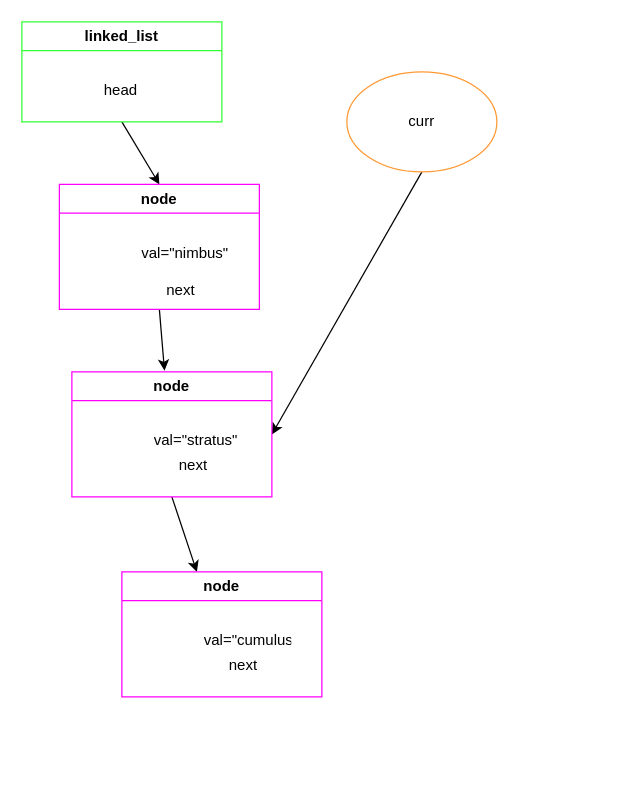
This is data-structures-algorithms/python-p3-dsa-singly-linked-list/ll_diagram.drawio from learn-co-curriculum/se-west-071524-class-sessions, a draw.io file, before an edit. Source tidied: cells renumbered, new cells numbered last; positions are measured from the earlier drawing's top-left corner, leaving out a move shared by most shapes. Both pictures are drawn from the tidied source at 125%, with x=0, y=0 at pixel (21, 21).
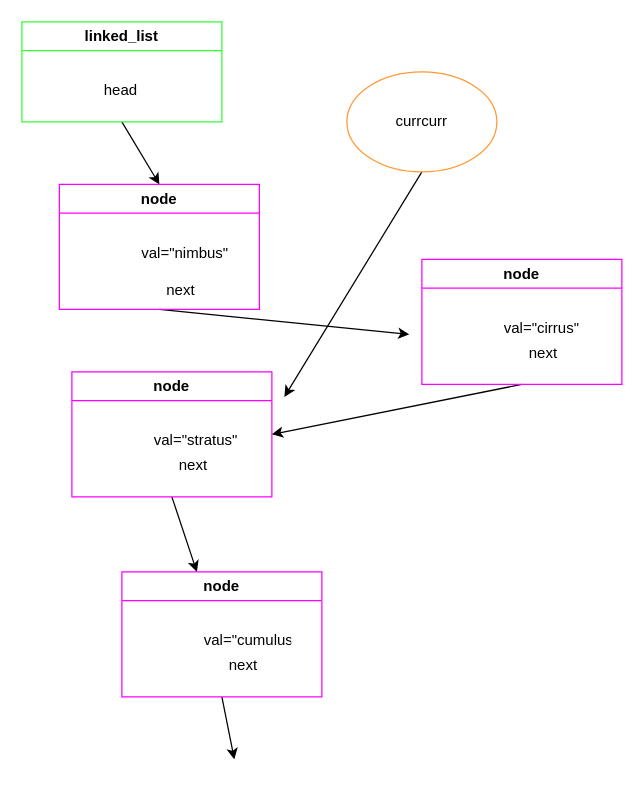
After the change.

The change refers to these unchanged cells:
```xml
<mxCell id="6" value="node" style="swimlane;whiteSpace=wrap;html=1;strokeColor=#FF00FF;" parent="1" vertex="1">
  <mxGeometry x="30" y="130" width="160" height="100" as="geometry" />
</mxCell>
<mxCell id="12" value="node" style="swimlane;whiteSpace=wrap;html=1;strokeColor=#FF00FF;" parent="1" vertex="1">
  <mxGeometry x="40" y="280" width="160" height="100" as="geometry" />
</mxCell>
<mxCell id="15" value="node" style="swimlane;whiteSpace=wrap;html=1;strokeColor=#FF00FF;" parent="1" vertex="1">
  <mxGeometry x="80" y="440" width="160" height="100" as="geometry" />
</mxCell>
```

Change to the diagram source:
```diff
@@
-    <mxCell id="5" style="edgeStyle=none;html=1;exitX=0.5;exitY=1;exitDx=0;exitDy=0;entryX=0.463;entryY=-0.01;entryDx=0;entryDy=0;entryPerimeter=0;" parent="1" edge="1" source="6" target="12">
-      <mxGeometry relative="1" as="geometry" />
+    <mxCell id="5" style="edgeStyle=none;html=1;exitX=0.5;exitY=1;exitDx=0;exitDy=0;" parent="1" edge="1" source="6">
+      <mxGeometry relative="1" as="geometry">
+        <mxPoint x="310" y="250" as="targetPoint" />
+      </mxGeometry>
     </mxCell>
@@
-    <mxCell id="9" style="edgeStyle=none;html=1;exitX=0.5;exitY=1;exitDx=0;exitDy=0;entryX=1;entryY=0.5;entryDx=0;entryDy=0;" parent="1" edge="1" source="10" target="12">
-      <mxGeometry relative="1" as="geometry" />
+    <mxCell id="9" style="edgeStyle=none;html=1;exitX=0.5;exitY=1;exitDx=0;exitDy=0;" parent="1" edge="1" source="10">
+      <mxGeometry relative="1" as="geometry">
+        <mxPoint x="210" y="300" as="targetPoint" />
+      </mxGeometry>
     </mxCell>
-    <mxCell id="10" value="curr" style="ellipse;whiteSpace=wrap;html=1;strokeColor=#FF9933;" parent="1" vertex="1">
+    <mxCell id="10" value="currcurr" style="ellipse;whiteSpace=wrap;html=1;strokeColor=#FF9933;" parent="1" vertex="1">
       <mxGeometry x="260" y="40" width="120" height="80" as="geometry" />
     </mxCell>
@@
+    <mxCell id="18" style="edgeStyle=none;html=1;exitX=0.5;exitY=1;exitDx=0;exitDy=0;" parent="1" edge="1" source="15">
+      <mxGeometry relative="1" as="geometry">
+        <mxPoint x="170" y="590" as="targetPoint" />
+      </mxGeometry>
+    </mxCell>
@@
+    <mxCell id="19" style="edgeStyle=none;html=1;exitX=0.5;exitY=1;exitDx=0;exitDy=0;entryX=1;entryY=0.5;entryDx=0;entryDy=0;" parent="1" edge="1" source="20" target="12">
+      <mxGeometry relative="1" as="geometry" />
+    </mxCell>
+    <mxCell id="20" value="node" style="swimlane;whiteSpace=wrap;html=1;strokeColor=#FF00FF;" parent="1" vertex="1">
+      <mxGeometry x="320" y="190" width="160" height="100" as="geometry" />
+    </mxCell>
+    <mxCell id="21" value="val=&quot;cirrus&quot;" style="text;strokeColor=none;fillColor=none;align=left;verticalAlign=middle;spacingLeft=4;spacingRight=4;overflow=hidden;whiteSpace=wrap;html=1;" parent="20" vertex="1">
+      <mxGeometry x="60" y="40" width="80" height="30" as="geometry" />
+    </mxCell>
+    <mxCell id="22" value="next" style="text;strokeColor=none;fillColor=none;align=left;verticalAlign=middle;spacingLeft=4;spacingRight=4;overflow=hidden;whiteSpace=wrap;html=1;" parent="20" vertex="1">
+      <mxGeometry x="80" y="60" width="80" height="30" as="geometry" />
+    </mxCell>
```
